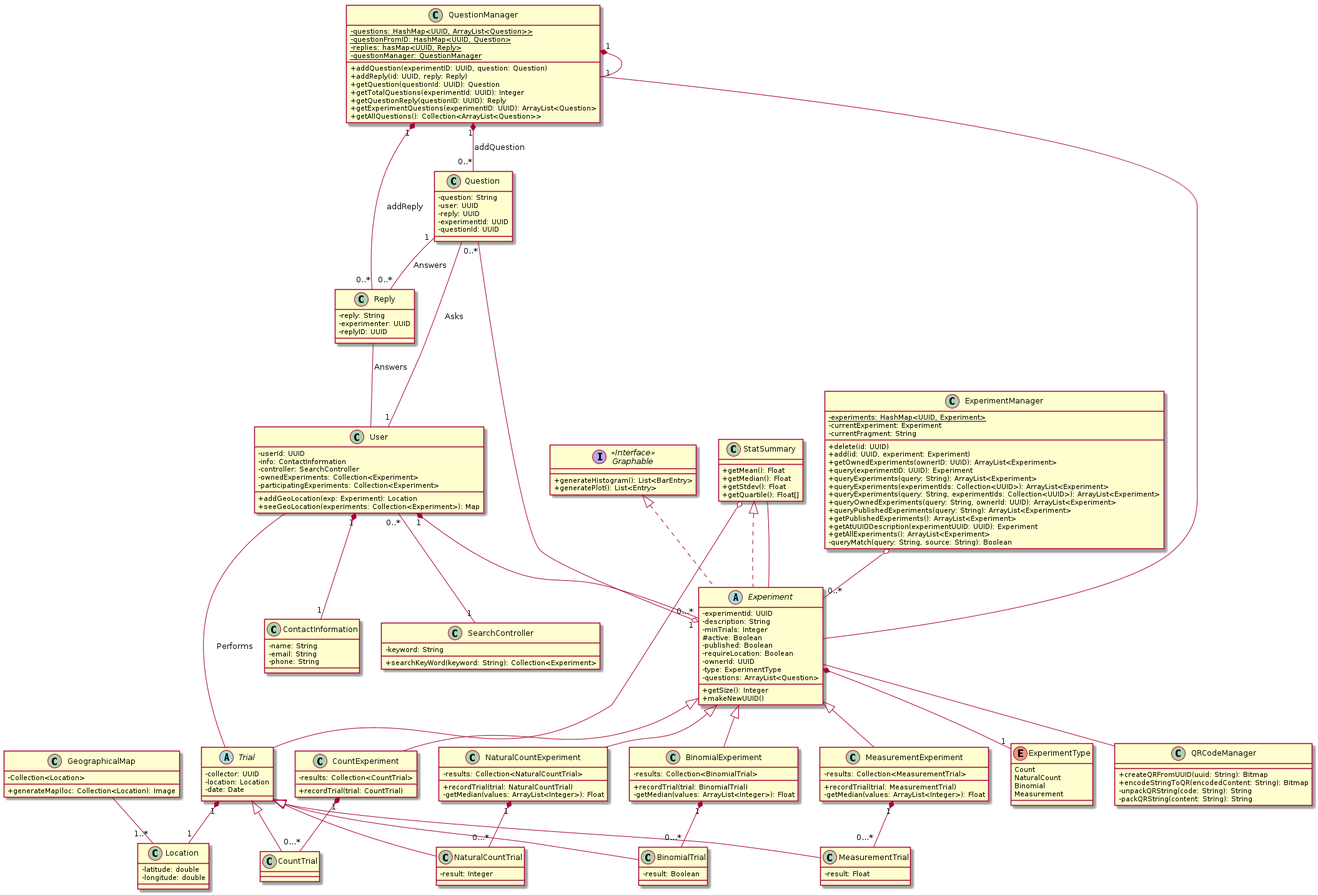
This is doc/uml/UML.png from CMPUT301W21T03/Experiment-Automata, a PlantUML export, as it was before one commit. The source it was exported from:
```plantuml
@startuml UML
skinparam classAttributeIconSize 0

class User {
    -userId: UUID
    -info: ContactInformation
    -controller: SearchController
    -ownedExperiments: Collection<Experiment>
    -participatingExperiments: Collection<Experiment>
    +addGeoLocation(exp: Experiment): Location
    +seeGeoLocation(experiments: Collection<Experiment>): Map
}


class ExperimentManager{
   - {static} experiments: HashMap<UUID, Experiment>
   - currentExperiment: Experiment
   - currentFragment: String

   + delete(id: UUID)
   + add(id: UUID, experiment: Experiment)
   + getOwnedExperiments(ownerID: UUID): ArrayList<Experiment>
   + query(experimentID: UUID): Experiment
   + queryExperiments(query: String): ArrayList<Experiment>
   + queryExperiments(experimentIds: Collection<UUID>): ArrayList<Experiment>
   + queryExperiments(query: String, experimentIds: Collection<UUID>): ArrayList<Experiment>
   + queryOwnedExperiments(query: String, ownerId: UUID): ArrayList<Experiment>
   + queryPublishedExperiments(query: String): ArrayList<Experiment>
   + getPublishedExperiments(): ArrayList<Experiment>
   + getAtUUIDDescription(experimentUUID: UUID): Experiment
   + getAllExperiments(): ArrayList<Experiment>
   - queryMatch(query: String, source: String): Boolean
}

ExperimentManager o-- "0..*" Experiment

class Question {
    -question: String
    -user: UUID
    -reply: UUID
    -experimentId: UUID
    -questionId: UUID
}

Question -- "1" User: Asks
Question "1" -- "0..*" Reply: Answers
Question "0..*" --o "1" Experiment

class Reply {
    -reply: String
    -experimenter: UUID
    -replyID: UUID
}

Reply -- User: Answers

class QuestionManager{
    - {static} questions: HashMap<UUID, ArrayList<Question>>
    - {static} questionFromID: HashMap<UUID, Question>
    - {static} replies: hasMap<UUID, Reply>
    - {static} questionManager: QuestionManager

    + addQuestion(experimentID: UUID, question: Question)
    + addReply(id: UUID, reply: Reply)
    + getQuestion(questionId: UUID): Question
    + getTotalQuestions(experimentId: UUID): Integer
    + getQuestionReply(questionID: UUID): Reply
    + getExperimentQuestions(experimentID: UUID): ArrayList<Question>
    + getAllQuestions(): Collection<ArrayList<Question>>

}

QuestionManager "1" *-- "1" QuestionManager
QuestionManager "1" *-- "0..*" Question: addQuestion
QuestionManager "1" *-- "0..*" Reply: addReply
QuestionManager -- Experiment

enum ExperimentType {
    Count
    NaturalCount
    Binomial
    Measurement
}

abstract class Experiment implements StatSummary, Graphable {
    -experimentId: UUID
    -description: String
    -minTrials: Integer
    #active: Boolean
    -published: Boolean
    -requireLocation: Boolean
    -ownerId: UUID
    -type: ExperimentType
    -questions: ArrayList<Question>
    +getSize(): Integer
    +makeNewUUID()
}


Experiment -- QRCodeManager



class CountExperiment extends Experiment {
    -results: Collection<CountTrial>
    +recordTrial(trial: CountTrial)
}

class NaturalCountExperiment extends Experiment {
    -results: Collection<NaturalCountTrial>
    +recordTrial(trial: NaturalCountTrial)
    -getMedian(values: ArrayList<Integer>): Float
}

class BinomialExperiment extends Experiment {
    -results: Collection<BinomialTrial>
    +recordTrial(trial: BinomialTrial)
    -getMedian(values: ArrayList<Integer>): Float
}

class MeasurementExperiment extends Experiment {
    -results: Collection<MeasurementTrial>
    +recordTrial(trial: MeasurementTrial)
    -getMedian(values: ArrayList<Integer>): Float

}

class StatSummary {
    +getMean(): Float
    +getMedian(): Float
    +getStdev(): Float
    +getQuartile(): Float[]
}

abstract class Trial {
    -collector: UUID
    -location: Location
    -date: Date
}

class CountTrial extends Trial {
}

class NaturalCountTrial extends Trial {
    -result: Integer
}

class BinomialTrial extends Trial {
    -result: Boolean
}

class MeasurementTrial extends Trial {
    -result: Float
}


class QRCodeManager {
    + createQRFromUUID(uuid: String): Bitmap
    + encodeStringToQR(encodedContent: String): Bitmap
    -unpackQRString(code: String): String
    -packQRString(content: String): String
}

class Location {
  -latitude: double
  -longitude: double
}

class GeographicalMap{
 -Collection<Location>
 +generateMap(loc: Collection<Location): Image
}

GeographicalMap -- "1..*" Location


interface "Graphable" as Graphable <<Interface>>> {
    +generateHistogram(): List<BarEntry>
    +generatePlot(): List<Entry>
}

class ContactInformation {
    -name: String
    -email: String
    -phone: String
}

class SearchController {
    -keyword: String
    +searchKeyWord(keyword: String): Collection<Experiment>
}

User "1" *-- "1" ContactInformation
User "1" *-- "0...*" Experiment


CountExperiment "1" *-- "0...*" CountTrial


NaturalCountExperiment "1" *-- "0...*" NaturalCountTrial

BinomialExperiment "1" *-- "0...*" BinomialTrial

MeasurementExperiment "1" *-- "0...*" MeasurementTrial

User -- Trial: Performs
Trial "1" *-- "1" Location



Experiment *-- "1" ExperimentType


User "0..*" -- "1" SearchController



StatSummary -- Experiment


StatSummary o-- Trial



@enduml
```
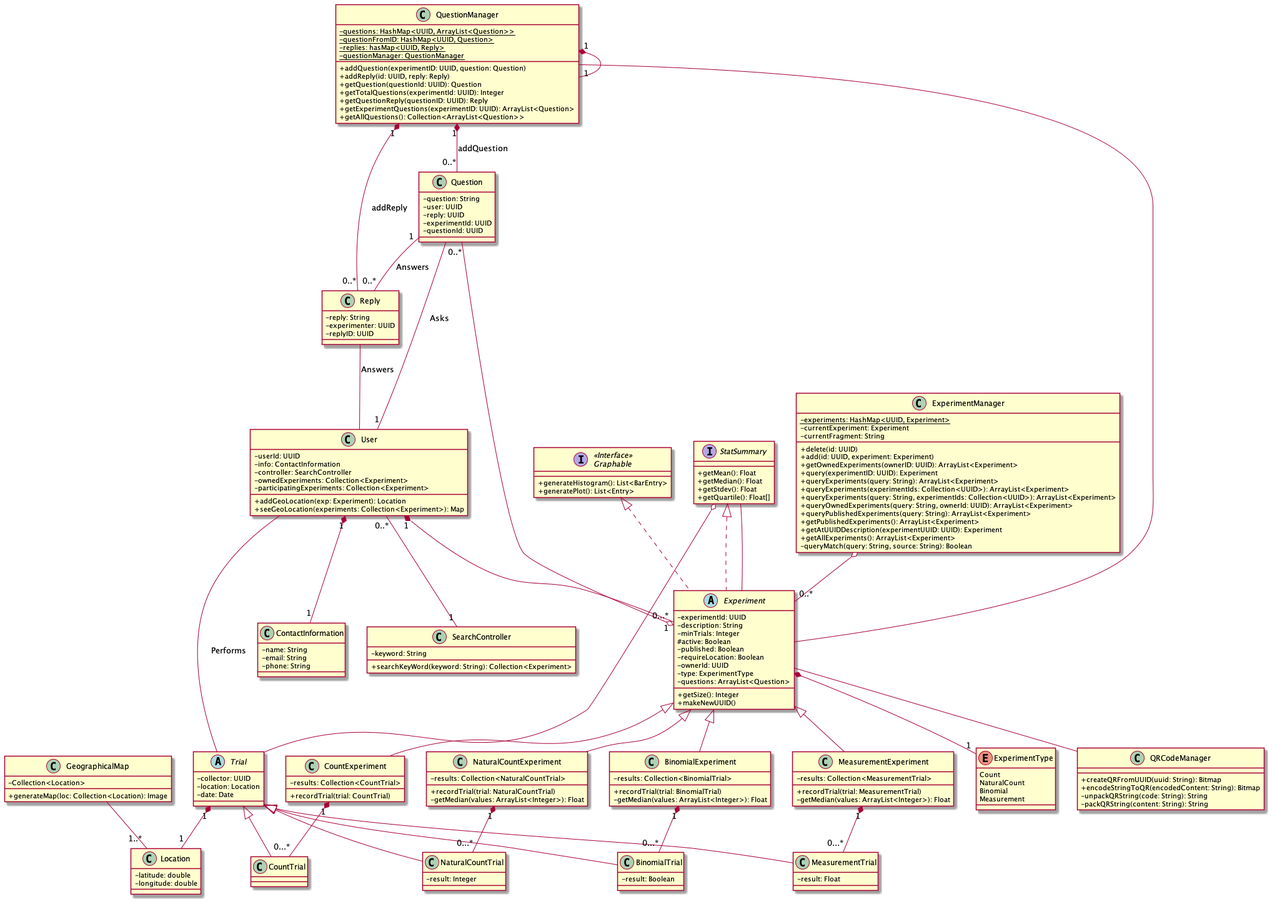
After the commit.

Commit message:
tweaks to uml

Change to the diagram source:
```diff
@@ -125,7 +125,7 @@
 
 }
 
-class StatSummary {
+interface StatSummary {
     +getMean(): Float
     +getMedian(): Float
     +getStdev(): Float
```
